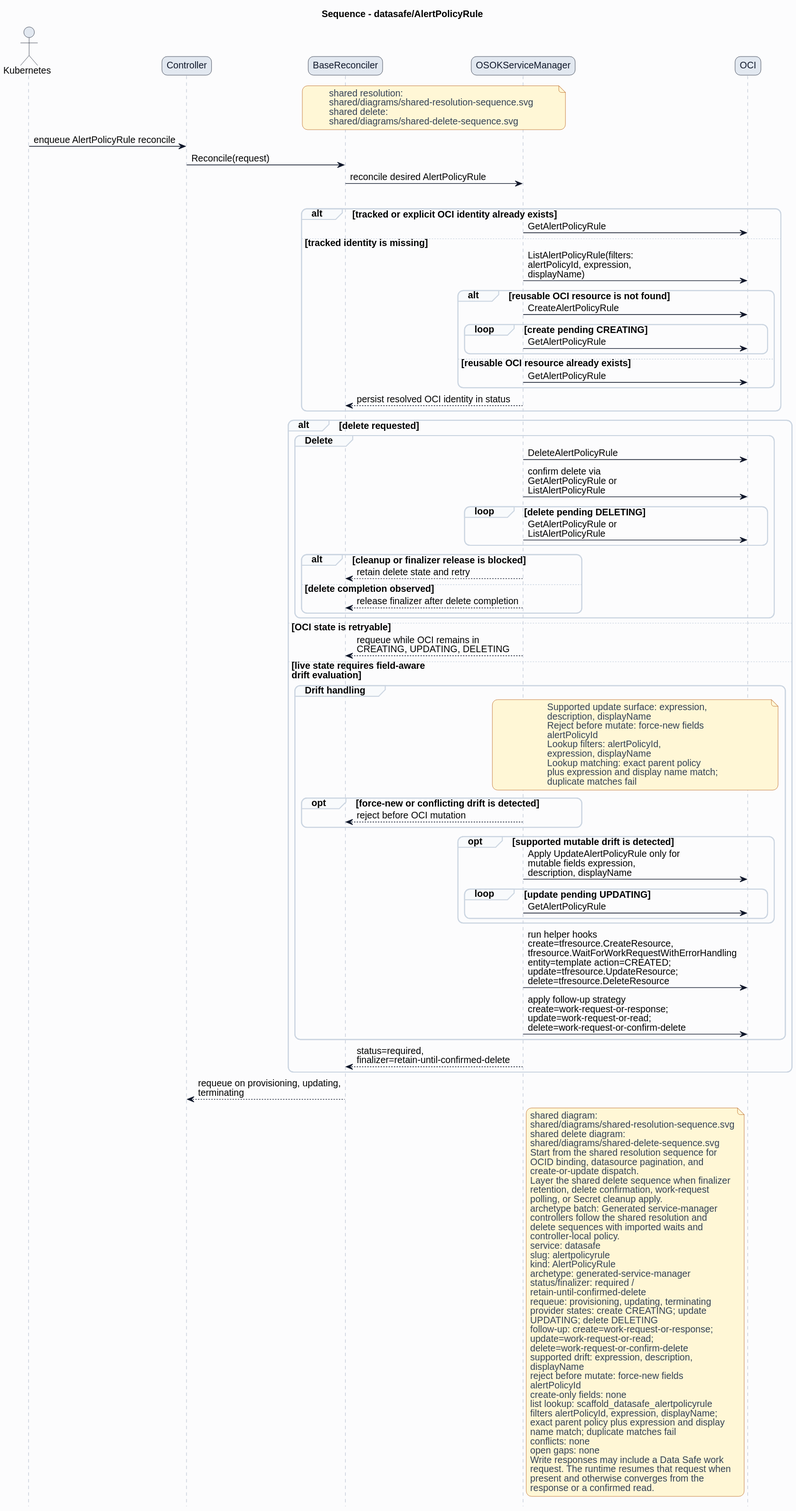
HaoyL666/oci-service-operator keeps this PlantUML diagram as formal/controllers/datasafe/alertpolicyrule/diagrams/sequence.svg. Above is the earlier version. Its diagram source:
```plantuml
@startuml
skinparam shadowing false
skinparam backgroundColor #fcfcfd
skinparam defaultFontName Helvetica
skinparam defaultFontSize 14
skinparam arrowColor #0f172a
skinparam noteBackgroundColor #fff7d6
skinparam noteBorderColor #b45309
skinparam noteFontColor #334155
skinparam roundcorner 16
title Sequence - datasafe/AlertPolicyRule
hide footbox
skinparam sequence {
  actorBorderColor #0f172a
  actorBackgroundColor #e2e8f0
  participantBorderColor #0f172a
  participantBackgroundColor #e2e8f0
  participantFontColor #0f172a
  lifeLineBorderColor #94a3b8
  groupBorderColor #cbd5e1
  groupBackgroundColor #f8fafc
}
actor Kubernetes
participant Controller
participant BaseReconciler
participant "OSOKServiceManager" as ServiceManager
participant OCI
note over BaseReconciler,ServiceManager
shared resolution:
shared/diagrams/shared-resolution-sequence.svg
shared delete:
shared/diagrams/shared-delete-sequence.svg
end note
Kubernetes -> Controller: enqueue AlertPolicyRule reconcile
Controller -> BaseReconciler: Reconcile(request)
BaseReconciler -> ServiceManager: reconcile desired AlertPolicyRule
group Lookup and bind
alt tracked or explicit OCI identity already exists
ServiceManager -> OCI: GetAlertPolicyRule
else tracked identity is missing
ServiceManager -> OCI: ListAlertPolicyRule(filters:\nalertPolicyId, expression,\ndisplayName)
alt reusable OCI resource is not found
ServiceManager -> OCI: CreateAlertPolicyRule
loop create pending CREATING
ServiceManager -> OCI: GetAlertPolicyRule
end
else reusable OCI resource already exists
ServiceManager -> OCI: GetAlertPolicyRule
end
ServiceManager --> BaseReconciler: persist resolved OCI identity in status
end
alt delete requested
group Delete
ServiceManager -> OCI: DeleteAlertPolicyRule
ServiceManager -> OCI: confirm delete via\nGetAlertPolicyRule or\nListAlertPolicyRule
loop delete pending DELETING
ServiceManager -> OCI: GetAlertPolicyRule or\nListAlertPolicyRule
end
alt cleanup or finalizer release is blocked
ServiceManager --> BaseReconciler: retain delete state and retry
else delete completion observed
ServiceManager --> BaseReconciler: release finalizer after delete completion
end
end
else OCI state is retryable
ServiceManager --> BaseReconciler: requeue while OCI remains in\nCREATING, UPDATING, DELETING
else live state requires field-aware\ndrift evaluation
group Drift handling
note over ServiceManager,OCI
Supported update surface: expression,
description, displayName
Reject before mutate: force-new fields
alertPolicyId
Lookup filters: alertPolicyId,
expression, displayName
Lookup matching: exact parent policy
plus expression and display name match;
duplicate matches fail
end note
opt force-new or conflicting drift is detected
ServiceManager --> BaseReconciler: reject before OCI mutation
end
opt supported mutable drift is detected
ServiceManager -> OCI: Apply UpdateAlertPolicyRule only for\nmutable fields expression,\ndescription, displayName
loop update pending UPDATING
ServiceManager -> OCI: GetAlertPolicyRule
end
end
ServiceManager -> OCI: run helper hooks\ncreate=tfresource.CreateResource,\ntfresource.WaitForWorkRequestWithErrorHandling\nentity=template action=CREATED;\nupdate=tfresource.UpdateResource;\ndelete=tfresource.DeleteResource
ServiceManager -> OCI: apply follow-up strategy\ncreate=work-request-or-response;\nupdate=work-request-or-read;\ndelete=work-request-or-confirm-delete
end
ServiceManager --> BaseReconciler: status=required,\nfinalizer=retain-until-confirmed-delete
end
BaseReconciler --> Controller: requeue on provisioning, updating,\nterminating
note right of ServiceManager
shared diagram:
shared/diagrams/shared-resolution-sequence.svg
shared delete diagram:
shared/diagrams/shared-delete-sequence.svg
Start from the shared resolution sequence for
OCID binding, datasource pagination, and
create-or-update dispatch.
Layer the shared delete sequence when finalizer
retention, delete confirmation, work-request
polling, or Secret cleanup apply.
archetype batch: Generated service-manager
controllers follow the shared resolution and
delete sequences with imported waits and
controller-local policy.
service: datasafe
slug: alertpolicyrule
kind: AlertPolicyRule
archetype: generated-service-manager
status/finalizer: required /
retain-until-confirmed-delete
requeue: provisioning, updating, terminating
provider states: create CREATING; update
UPDATING; delete DELETING
follow-up: create=work-request-or-response;
update=work-request-or-read;
delete=work-request-or-confirm-delete
supported drift: expression, description,
displayName
reject before mutate: force-new fields
alertPolicyId
create-only fields: none
list lookup: scaffold_datasafe_alertpolicyrule
filters alertPolicyId, expression, displayName;
exact parent policy plus expression and display
name match; duplicate matches fail
conflicts: none
open gaps: none
Write responses may include a Data Safe work
request. The runtime resumes that request when
present and otherwise converges from the
response or a confirmed read.
end note
@enduml
```
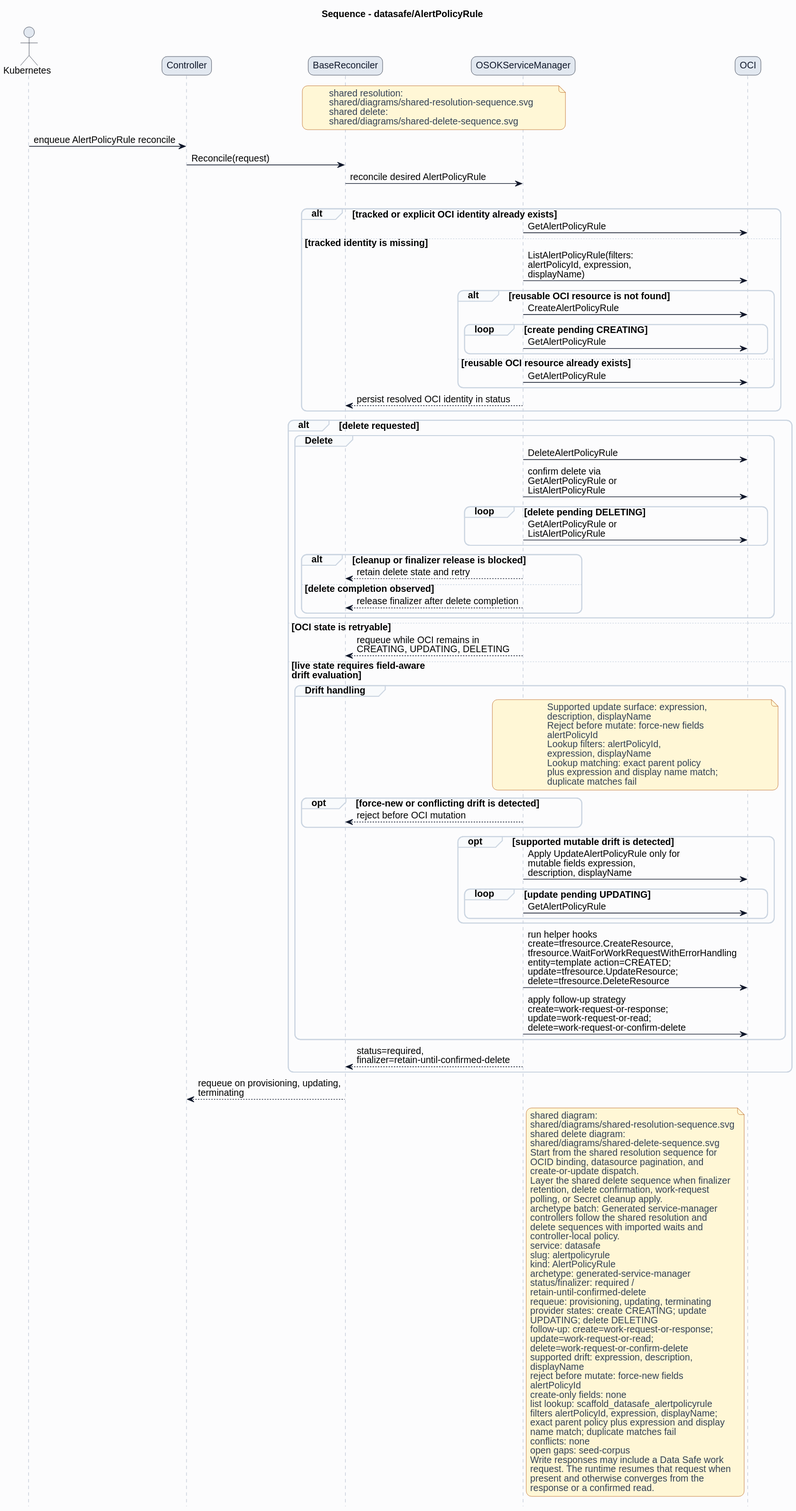
The same diagram one commit later.

The edit, as a diff of the source:
```diff
@@ -129,7 +129,7 @@
 exact parent policy plus expression and display
 name match; duplicate matches fail
 conflicts: none
-open gaps: none
+open gaps: seed-corpus
 Write responses may include a Data Safe work
 request. The runtime resumes that request when
 present and otherwise converges from the
```
